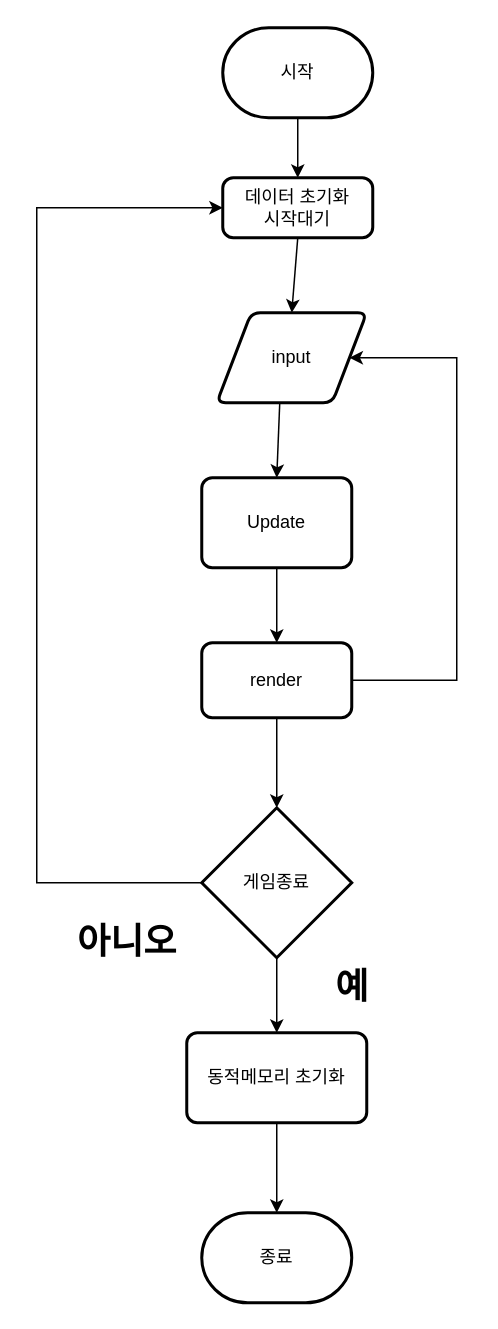
Before: Untitled Diagram.drawio in JeongJunSoo94/ProjectRun, a draw.io diagram. Source tidied: cells renumbered, new cells numbered last; positions are measured from the earlier drawing's top-left corner, leaving out a move shared by most shapes. Both pictures are drawn from the tidied source at 150%, with x=0, y=0 at pixel (36, 27).
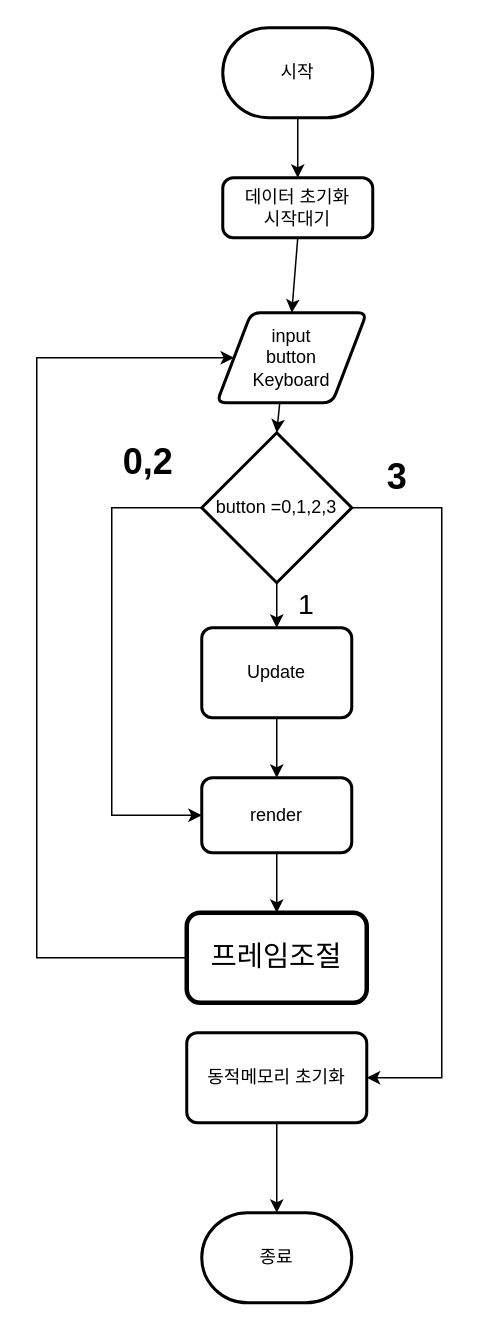
After the change.

The change refers to these unchanged cells:
```xml
<mxCell id="5" value="데이터 초기화&lt;br&gt;시작대기" style="rounded=1;whiteSpace=wrap;html=1;absoluteArcSize=1;arcSize=14;strokeWidth=2;" parent="1" vertex="1">
  <mxGeometry x="124" y="100" width="100" height="40" as="geometry" />
</mxCell>
<mxCell id="6" value="동적메모리 초기화" style="rounded=1;whiteSpace=wrap;html=1;absoluteArcSize=1;arcSize=14;strokeWidth=2;" parent="1" vertex="1">
  <mxGeometry x="100" y="670" width="120" height="60" as="geometry" />
</mxCell>
```

What changed in the source:
```diff
@@
-    <mxCell id="3" value="input" style="shape=parallelogram;html=1;strokeWidth=2;perimeter=parallelogramPerimeter;whiteSpace=wrap;rounded=1;arcSize=12;size=0.23;" parent="1" vertex="1">
+    <mxCell id="3" value="input&lt;br&gt;button&lt;br&gt;Keyboard" style="shape=parallelogram;html=1;strokeWidth=2;perimeter=parallelogramPerimeter;whiteSpace=wrap;rounded=1;arcSize=12;size=0.23;" parent="1" vertex="1">
       <mxGeometry x="120" y="190" width="100" height="60" as="geometry" />
     </mxCell>
     <mxCell id="4" value="Update" style="rounded=1;whiteSpace=wrap;html=1;absoluteArcSize=1;arcSize=14;strokeWidth=2;" parent="1" vertex="1">
-      <mxGeometry x="110" y="300" width="100" height="60" as="geometry" />
+      <mxGeometry x="110" y="400" width="100" height="60" as="geometry" />
     </mxCell>
@@
-    <mxCell id="9" style="endArrow=classic;html=1;rounded=0;exitX=0.42;exitY=1;exitDx=0;exitDy=0;exitPerimeter=0;entryX=0.5;entryY=0;entryDx=0;entryDy=0;" parent="1" edge="1" source="3" target="4">
+    <mxCell id="9" style="endArrow=classic;html=1;rounded=0;exitX=0.42;exitY=1;exitDx=0;exitDy=0;exitPerimeter=0;entryX=0.5;entryY=0;entryDx=0;entryDy=0;entryPerimeter=0;" parent="1" edge="1" source="3" target="21">
       <mxGeometry relative="1" as="geometry" />
     </mxCell>
@@
-    <mxCell id="11" value="게임종료" style="strokeWidth=2;html=1;shape=mxgraph.flowchart.decision;whiteSpace=wrap;" parent="1" vertex="1">
-      <mxGeometry x="110" y="520" width="100" height="100" as="geometry" />
-    </mxCell>
-    <mxCell id="12" value="예" style="text;strokeColor=none;fillColor=none;html=1;fontSize=24;fontStyle=1;verticalAlign=middle;align=center;" parent="1" vertex="1">
-      <mxGeometry x="160" y="620" width="100" height="40" as="geometry" />
+    <mxCell id="12" value="0,2" style="text;strokeColor=none;fillColor=none;html=1;fontSize=24;fontStyle=1;verticalAlign=middle;align=center;" parent="1" vertex="1">
+      <mxGeometry x="24" y="270" width="100" height="40" as="geometry" />
     </mxCell>
-    <mxCell id="13" style="endArrow=classic;html=1;rounded=0;exitX=0.5;exitY=1;exitDx=0;exitDy=0;exitPerimeter=0;entryX=0.5;entryY=0;entryDx=0;entryDy=0;" parent="1" edge="1" source="11" target="6">
-      <mxGeometry relative="1" as="geometry" />
-    </mxCell>
-    <mxCell id="14" value="아니오" style="text;strokeColor=none;fillColor=none;html=1;fontSize=24;fontStyle=1;verticalAlign=middle;align=center;" parent="1" vertex="1">
-      <mxGeometry x="10" y="590" width="100" height="40" as="geometry" />
+    <mxCell id="14" value="3" style="text;strokeColor=none;fillColor=none;html=1;fontSize=24;fontStyle=1;verticalAlign=middle;align=center;" parent="1" vertex="1">
+      <mxGeometry x="190" y="280" width="100" height="40" as="geometry" />
     </mxCell>
-    <mxCell id="15" style="endArrow=classic;html=1;rounded=0;exitX=0;exitY=0.5;exitDx=0;exitDy=0;exitPerimeter=0;entryX=0;entryY=0.5;entryDx=0;entryDy=0;" parent="1" edge="1" source="11" target="5">
-      <mxGeometry relative="1" as="geometry">
-        <Array as="points">
-          <mxPoint y="570" />
-          <mxPoint y="120" />
-        </Array>
-      </mxGeometry>
-    </mxCell>
     <mxCell id="16" value="render" style="rounded=1;whiteSpace=wrap;html=1;absoluteArcSize=1;arcSize=14;strokeWidth=2;" parent="1" vertex="1">
-      <mxGeometry x="110" y="410" width="100" height="50" as="geometry" />
+      <mxGeometry x="110" y="500" width="100" height="50" as="geometry" />
     </mxCell>
-    <mxCell id="17" style="endArrow=classic;html=1;rounded=0;exitX=0.5;exitY=1;exitDx=0;exitDy=0;entryX=0.5;entryY=0;entryDx=0;entryDy=0;entryPerimeter=0;" parent="1" edge="1" source="16" target="11">
-      <mxGeometry relative="1" as="geometry" />
-    </mxCell>
@@
-    <mxCell id="20" style="endArrow=classic;html=1;rounded=0;entryX=1;entryY=0.5;entryDx=0;entryDy=0;exitX=1;exitY=0.5;exitDx=0;exitDy=0;" parent="1" edge="1" source="16" target="3">
-      <mxGeometry relative="1" as="geometry">
-        <Array as="points">
-          <mxPoint x="280" y="435" />
-          <mxPoint x="280" y="220" />
-        </Array>
-      </mxGeometry>
-    </mxCell>
+    <mxCell id="21" value="button =0,1,2,3" style="strokeWidth=2;html=1;shape=mxgraph.flowchart.decision;whiteSpace=wrap;" parent="1" vertex="1">
+      <mxGeometry x="110" y="270" width="100" height="100" as="geometry" />
+    </mxCell>
+    <mxCell id="22" style="endArrow=classic;html=1;rounded=0;exitX=0.5;exitY=1;exitDx=0;exitDy=0;exitPerimeter=0;entryX=0.5;entryY=0;entryDx=0;entryDy=0;" parent="1" edge="1" source="21" target="4">
+      <mxGeometry relative="1" as="geometry" />
+    </mxCell>
+    <mxCell id="23" style="endArrow=classic;html=1;rounded=0;entryX=0;entryY=0.5;entryDx=0;entryDy=0;exitX=0;exitY=0.5;exitDx=0;exitDy=0;exitPerimeter=0;" parent="1" edge="1" source="21" target="16">
+      <mxGeometry relative="1" as="geometry">
+        <Array as="points">
+          <mxPoint x="50" y="320" />
+          <mxPoint x="50" y="525" />
+        </Array>
+      </mxGeometry>
+    </mxCell>
+    <mxCell id="24" value="&lt;font style=&quot;font-size: 19px;&quot;&gt;1&lt;/font&gt;" style="text;html=1;strokeColor=none;fillColor=none;align=center;verticalAlign=middle;whiteSpace=wrap;rounded=0;strokeWidth=3;" parent="1" vertex="1">
+      <mxGeometry x="150" y="370" width="60" height="30" as="geometry" />
+    </mxCell>
+    <mxCell id="25" style="endArrow=classic;html=1;rounded=0;fontSize=19;exitX=1;exitY=0.5;exitDx=0;exitDy=0;exitPerimeter=0;entryX=1;entryY=0.5;entryDx=0;entryDy=0;" parent="1" edge="1" source="21" target="6">
+      <mxGeometry relative="1" as="geometry">
+        <Array as="points">
+          <mxPoint x="270" y="320" />
+          <mxPoint x="270" y="700" />
+        </Array>
+      </mxGeometry>
+    </mxCell>
+    <mxCell id="26" value="프레임조절" style="rounded=1;whiteSpace=wrap;html=1;fontSize=19;strokeWidth=3;" parent="1" vertex="1">
+      <mxGeometry x="100" y="590" width="120" height="60" as="geometry" />
+    </mxCell>
+    <mxCell id="27" style="endArrow=classic;html=1;rounded=0;fontSize=19;exitX=0;exitY=0.5;exitDx=0;exitDy=0;entryX=0;entryY=0.5;entryDx=0;entryDy=0;" parent="1" edge="1" source="26" target="3">
+      <mxGeometry relative="1" as="geometry">
+        <Array as="points">
+          <mxPoint y="620" />
+          <mxPoint y="220" />
+        </Array>
+      </mxGeometry>
+    </mxCell>
+    <mxCell id="28" style="endArrow=classic;html=1;rounded=0;fontSize=19;exitX=0.5;exitY=1;exitDx=0;exitDy=0;entryX=0.5;entryY=0;entryDx=0;entryDy=0;" parent="1" edge="1" source="16" target="26">
+      <mxGeometry relative="1" as="geometry" />
+    </mxCell>
```
